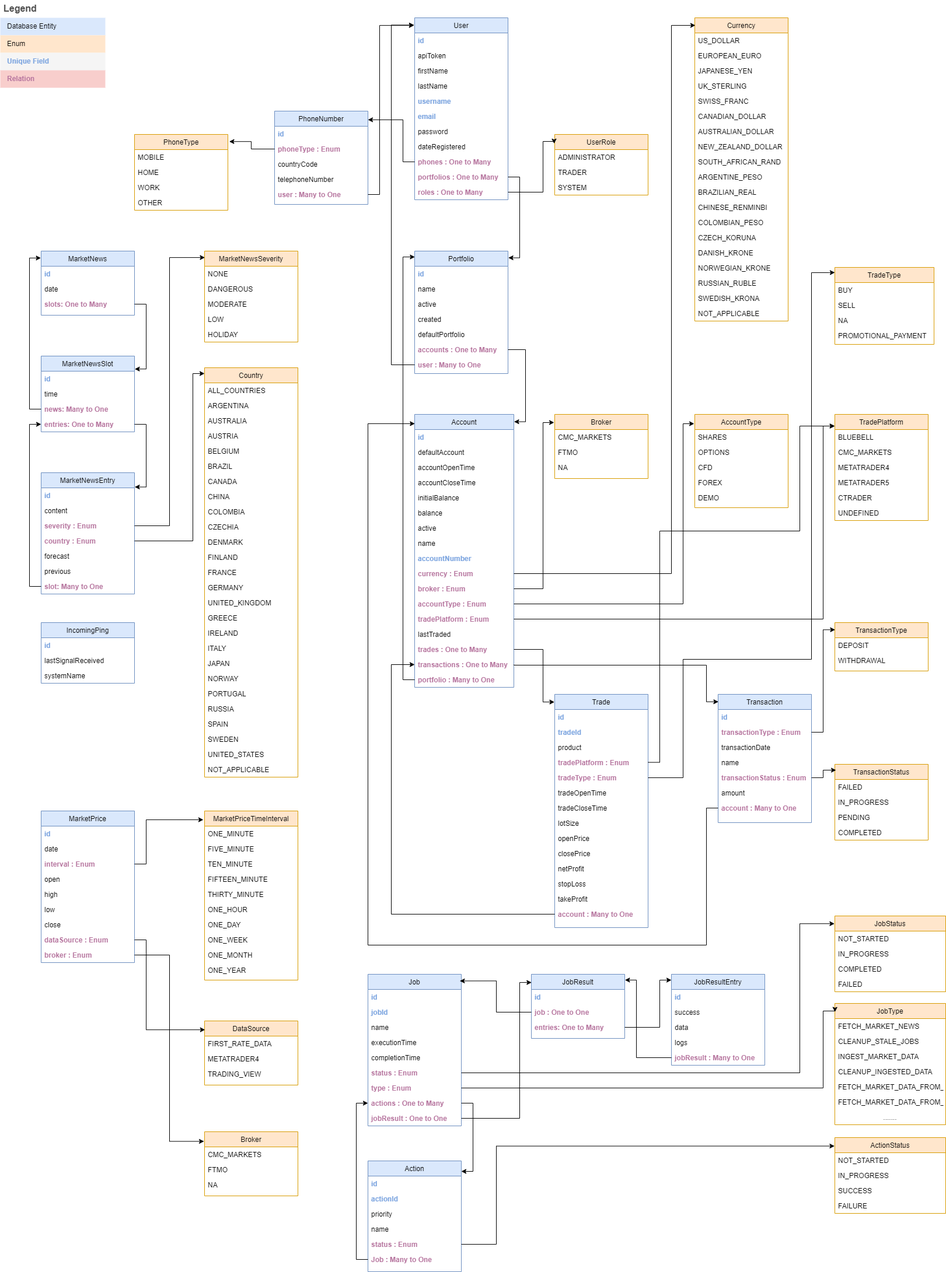
The draw.io diagram documentation/Data Model.png in sPrizio/bluebell, before a commit. Source tidied: cells renumbered, new cells last; positions are measured from the earlier drawing's top-left corner, leaving out a move shared by most shapes.
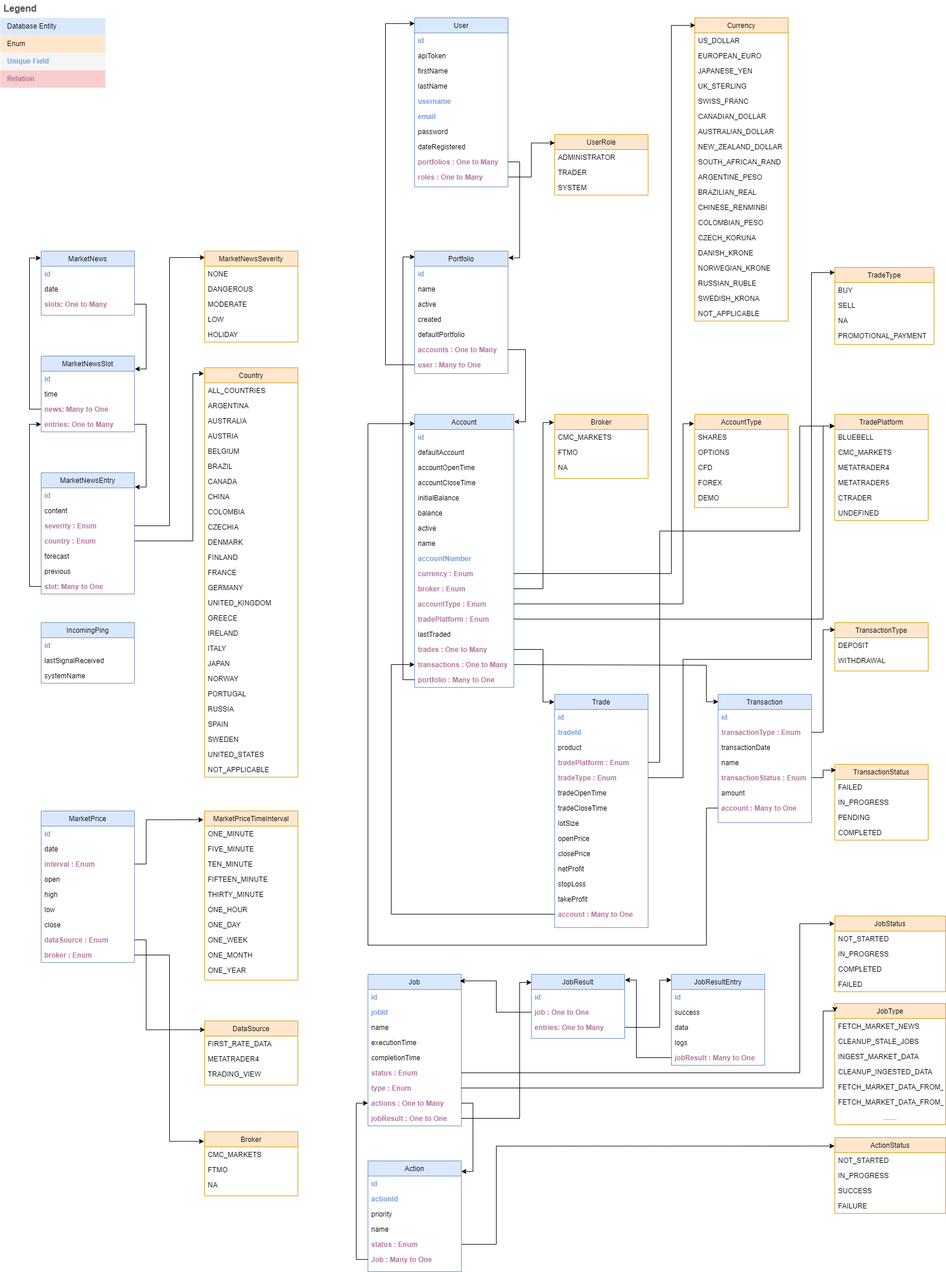
Later version of the same file.

Commit message:
refactoring/BB-35 updates UML

What changed in the source:
```diff
@@ -3,7 +3,7 @@
     <mxCell id="0" />
     <mxCell id="1" parent="0" />
     <mxCell id="2" value="User" style="swimlane;fontStyle=0;align=center;verticalAlign=top;horizontal=1;startSize=26;rounded=0;shadow=0;strokeWidth=1;swimlaneLine=1;glass=0;swimlaneFillColor=none;fillColor=#dae8fc;strokeColor=#6c8ebf;" parent="1" vertex="1">
-      <mxGeometry x="710" y="30" width="160" height="312" as="geometry" />
+      <mxGeometry x="710" y="30" width="160" height="290" as="geometry" />
     </mxCell>
     <mxCell id="3" value="id" style="text;align=left;verticalAlign=top;spacingLeft=4;spacingRight=4;overflow=hidden;fontStyle=1;fontColor=#7EA6E0;" parent="2" vertex="1">
       <mxGeometry y="26" width="160" height="26" as="geometry" />
@@ -29,14 +29,11 @@
     <mxCell id="10" value="dateRegistered" style="text;align=left;verticalAlign=top;spacingLeft=4;spacingRight=4;overflow=hidden;rounded=0;shadow=0;html=0;" parent="2" vertex="1">
       <mxGeometry y="208" width="160" height="26" as="geometry" />
     </mxCell>
-    <mxCell id="11" value="phones : One to Many" style="text;align=left;verticalAlign=top;spacingLeft=4;spacingRight=4;overflow=hidden;points=[[0,0.5],[1,0.5]];portConstraint=eastwest;fontColor=#B5739D;fontStyle=1;" parent="2" vertex="1">
-      <mxGeometry y="234" width="160" height="26" as="geometry" />
-    </mxCell>
     <mxCell id="12" value="portfolios : One to Many" style="text;align=left;verticalAlign=top;spacingLeft=4;spacingRight=4;overflow=hidden;points=[[0,0.5],[1,0.5]];portConstraint=eastwest;fontColor=#B5739D;fontStyle=1;" parent="2" vertex="1">
-      <mxGeometry y="260" width="160" height="26" as="geometry" />
+      <mxGeometry y="234" width="160" height="26" as="geometry" />
     </mxCell>
     <mxCell id="13" value="roles : One to Many" style="text;align=left;verticalAlign=top;spacingLeft=4;spacingRight=4;overflow=hidden;points=[[0,0.5],[1,0.5]];portConstraint=eastwest;fontStyle=1;fontColor=#B5739D;" parent="2" vertex="1">
-      <mxGeometry y="286" width="160" height="26" as="geometry" />
+      <mxGeometry y="260" width="160" height="26" as="geometry" />
     </mxCell>
     <mxCell id="14" value="Portfolio" style="swimlane;fontStyle=0;align=center;verticalAlign=top;horizontal=1;startSize=26;rounded=0;shadow=0;strokeWidth=1;fillColor=#dae8fc;strokeColor=#6c8ebf;" parent="1" vertex="1">
       <mxGeometry x="710" y="430" width="160" height="210" as="geometry" />
@@ -62,24 +59,6 @@
     <mxCell id="21" value="user : Many to One" style="text;align=left;verticalAlign=top;spacingLeft=4;spacingRight=4;overflow=hidden;points=[[0,0.5],[1,0.5]];portConstraint=eastwest;fontColor=#B5739D;fontStyle=1;" parent="14" vertex="1">
       <mxGeometry y="182" width="160" height="26" as="geometry" />
     </mxCell>
-    <mxCell id="22" value="PhoneNumber" style="swimlane;fontStyle=0;align=center;verticalAlign=top;horizontal=1;startSize=26;rounded=0;shadow=0;strokeWidth=1;fillColor=#dae8fc;strokeColor=#6c8ebf;" parent="1" vertex="1">
-      <mxGeometry x="470" y="190" width="160" height="160" as="geometry" />
-    </mxCell>
-    <mxCell id="23" value="id" style="text;align=left;verticalAlign=top;spacingLeft=4;spacingRight=4;overflow=hidden;fontColor=#7EA6E0;fontStyle=1;" parent="22" vertex="1">
-      <mxGeometry y="26" width="160" height="26" as="geometry" />
-    </mxCell>
-    <mxCell id="24" value="phoneType : Enum" style="text;align=left;verticalAlign=top;spacingLeft=4;spacingRight=4;overflow=hidden;points=[[0,0.5],[1,0.5]];portConstraint=eastwest;rounded=0;shadow=0;html=0;fontColor=#B5739D;fontStyle=1;" parent="22" vertex="1">
-      <mxGeometry y="52" width="160" height="26" as="geometry" />
-    </mxCell>
-    <mxCell id="25" value="countryCode" style="text;align=left;verticalAlign=top;spacingLeft=4;spacingRight=4;overflow=hidden;rounded=0;shadow=0;html=0;" parent="22" vertex="1">
-      <mxGeometry y="78" width="160" height="26" as="geometry" />
-    </mxCell>
-    <mxCell id="26" value="telephoneNumber" style="text;align=left;verticalAlign=top;spacingLeft=4;spacingRight=4;overflow=hidden;rounded=0;shadow=0;html=0;" parent="22" vertex="1">
-      <mxGeometry y="104" width="160" height="26" as="geometry" />
-    </mxCell>
-    <mxCell id="27" value="user : Many to One" style="text;align=left;verticalAlign=top;spacingLeft=4;spacingRight=4;overflow=hidden;points=[[0,0.5],[1,0.5]];portConstraint=eastwest;rounded=0;shadow=0;html=0;fontStyle=1;fontColor=#B5739D;" parent="22" vertex="1">
-      <mxGeometry y="130" width="160" height="26" as="geometry" />
-    </mxCell>
     <mxCell id="28" value="UserRole" style="swimlane;fontStyle=0;align=center;verticalAlign=top;horizontal=1;startSize=26;rounded=0;shadow=0;strokeWidth=1;fillColor=#ffe6cc;strokeColor=#d79b00;" parent="1" vertex="1">
       <mxGeometry x="950" y="230" width="160" height="104" as="geometry" />
     </mxCell>
@@ -92,22 +71,6 @@
     <mxCell id="31" value="SYSTEM" style="text;align=left;verticalAlign=top;spacingLeft=4;spacingRight=4;overflow=hidden;rounded=0;shadow=0;html=0;" parent="28" vertex="1">
       <mxGeometry y="78" width="160" height="26" as="geometry" />
     </mxCell>
-    <mxCell id="32" style="edgeStyle=orthogonalEdgeStyle;rounded=0;jettySize=auto;html=1;exitX=0;exitY=0.5;exitDx=0;exitDy=0;entryX=1;entryY=0.093;entryDx=0;entryDy=0;entryPerimeter=0;" parent="1" edge="1" source="11" target="22">
-      <mxGeometry relative="1" as="geometry">
-        <Array as="points">
-          <mxPoint x="690" y="277" />
-          <mxPoint x="690" y="205" />
-        </Array>
-      </mxGeometry>
-    </mxCell>
-    <mxCell id="33" style="edgeStyle=orthogonalEdgeStyle;rounded=0;jettySize=auto;html=1;entryX=-0.007;entryY=0.042;entryDx=0;entryDy=0;entryPerimeter=0;" parent="1" edge="1" source="27" target="2">
-      <mxGeometry relative="1" as="geometry">
-        <Array as="points">
-          <mxPoint x="650" y="333" />
-          <mxPoint x="650" y="43" />
-        </Array>
-      </mxGeometry>
-    </mxCell>
     <mxCell id="34" value="Legend" style="shape=table;startSize=30;fontSize=16;align=left;verticalAlign=top;fillColor=none;strokeColor=none;fontColor=#4D4D4D;fontStyle=1;spacingLeft=6;spacing=0;" parent="1" vertex="1">
       <mxGeometry width="180" height="150" as="geometry" />
     </mxCell>
@@ -135,14 +98,6 @@
     <mxCell id="42" value="&lt;font style=&quot;color: rgb(181, 115, 157);&quot;&gt;&lt;b&gt;Relation&lt;/b&gt;&lt;/font&gt;" style="shape=partialRectangle;html=1;whiteSpace=wrap;overflow=hidden;top=0;left=0;bottom=0;right=0;fontSize=12;align=left;spacingLeft=10;spacingRight=4;swimlaneLine=1;shadow=0;fillColor=#F8CECC;strokeColor=#b85450;" parent="41" vertex="1">
       <mxGeometry width="180" height="30" as="geometry" />
     </mxCell>
-    <mxCell id="43" style="edgeStyle=orthogonalEdgeStyle;rounded=0;jettySize=auto;html=1;entryX=-0.006;entryY=0.152;entryDx=0;entryDy=0;entryPerimeter=0;" parent="1" edge="1" source="13" target="28">
-      <mxGeometry relative="1" as="geometry">
-        <Array as="points">
-          <mxPoint x="930" y="329" />
-          <mxPoint x="930" y="242" />
-        </Array>
-      </mxGeometry>
-    </mxCell>
     <mxCell id="44" value="Account" style="swimlane;fontStyle=0;align=center;verticalAlign=top;horizontal=1;startSize=26;rounded=0;shadow=0;strokeWidth=1;fillColor=#dae8fc;strokeColor=#6c8ebf;" parent="1" vertex="1">
       <mxGeometry x="710" y="710" width="170" height="468" as="geometry" />
     </mxCell>
@@ -197,38 +152,12 @@
     <mxCell id="61" value="portfolio : Many to One" style="text;align=left;verticalAlign=top;spacingLeft=4;spacingRight=4;overflow=hidden;points=[[0,0.5],[1,0.5]];portConstraint=eastwest;fontColor=#B5739D;fontStyle=1;" parent="44" vertex="1">
       <mxGeometry y="442" width="170" height="26" as="geometry" />
     </mxCell>
-    <mxCell id="62" value="PhoneType" style="swimlane;fontStyle=0;align=center;verticalAlign=top;horizontal=1;startSize=26;rounded=0;shadow=0;strokeWidth=1;fillColor=#ffe6cc;strokeColor=#d79b00;" parent="1" vertex="1">
-      <mxGeometry x="230" y="230" width="160" height="130" as="geometry" />
-    </mxCell>
-    <mxCell id="63" value="MOBILE" style="text;align=left;verticalAlign=top;spacingLeft=4;spacingRight=4;overflow=hidden;" parent="62" vertex="1">
-      <mxGeometry y="26" width="160" height="26" as="geometry" />
-    </mxCell>
-    <mxCell id="64" value="HOME" style="text;align=left;verticalAlign=top;spacingLeft=4;spacingRight=4;overflow=hidden;rounded=0;shadow=0;html=0;" parent="62" vertex="1">
-      <mxGeometry y="52" width="160" height="26" as="geometry" />
-    </mxCell>
-    <mxCell id="65" value="WORK" style="text;align=left;verticalAlign=top;spacingLeft=4;spacingRight=4;overflow=hidden;rounded=0;shadow=0;html=0;" parent="62" vertex="1">
-      <mxGeometry y="78" width="160" height="26" as="geometry" />
-    </mxCell>
-    <mxCell id="66" value="OTHER" style="text;align=left;verticalAlign=top;spacingLeft=4;spacingRight=4;overflow=hidden;rounded=0;shadow=0;html=0;" parent="62" vertex="1">
-      <mxGeometry y="104" width="160" height="26" as="geometry" />
-    </mxCell>
-    <mxCell id="67" style="edgeStyle=orthogonalEdgeStyle;rounded=0;jettySize=auto;html=1;exitX=0;exitY=0.5;exitDx=0;exitDy=0;entryX=1.015;entryY=0.094;entryDx=0;entryDy=0;entryPerimeter=0;" parent="1" edge="1" source="24" target="62">
-      <mxGeometry relative="1" as="geometry" />
-    </mxCell>
     <mxCell id="68" style="edgeStyle=orthogonalEdgeStyle;rounded=0;jettySize=auto;html=1;exitX=1;exitY=0.5;exitDx=0;exitDy=0;entryX=1.004;entryY=0.055;entryDx=0;entryDy=0;entryPerimeter=0;" parent="1" edge="1" source="12" target="14">
       <mxGeometry relative="1" as="geometry" />
     </mxCell>
     <mxCell id="69" style="edgeStyle=orthogonalEdgeStyle;rounded=0;jettySize=auto;html=1;exitX=1;exitY=0.5;exitDx=0;exitDy=0;entryX=1.003;entryY=0.027;entryDx=0;entryDy=0;entryPerimeter=0;" parent="1" edge="1" source="20" target="44">
       <mxGeometry relative="1" as="geometry" />
     </mxCell>
-    <mxCell id="70" style="edgeStyle=orthogonalEdgeStyle;rounded=0;jettySize=auto;html=1;exitX=0;exitY=0.5;exitDx=0;exitDy=0;entryX=-0.006;entryY=0.04;entryDx=0;entryDy=0;entryPerimeter=0;" parent="1" edge="1" source="21" target="2">
-      <mxGeometry relative="1" as="geometry">
-        <Array as="points">
-          <mxPoint x="670" y="625" />
-          <mxPoint x="670" y="43" />
-        </Array>
-      </mxGeometry>
-    </mxCell>
     <mxCell id="71" style="edgeStyle=orthogonalEdgeStyle;rounded=0;jettySize=auto;html=1;exitX=0;exitY=0.5;exitDx=0;exitDy=0;entryX=0.002;entryY=0.048;entryDx=0;entryDy=0;entryPerimeter=0;" parent="1" edge="1" source="61" target="14">
       <mxGeometry relative="1" as="geometry" />
     </mxCell>
@@ -1037,5 +966,16 @@
     <mxCell id="302" value="systemName" style="text;align=left;verticalAlign=top;spacingLeft=4;spacingRight=4;overflow=hidden;rounded=0;shadow=0;html=0;fontStyle=0;fontColor=#000000;" parent="299" vertex="1">
       <mxGeometry y="78" width="160" height="26" as="geometry" />
     </mxCell>
+    <mxCell id="43" style="edgeStyle=orthogonalEdgeStyle;rounded=0;jettySize=auto;html=1;exitX=1;exitY=0.5;exitDx=0;exitDy=0;entryX=0.001;entryY=0.141;entryDx=0;entryDy=0;entryPerimeter=0;" parent="1" edge="1" source="13" target="28">
+      <mxGeometry relative="1" as="geometry" />
+    </mxCell>
+    <mxCell id="70" style="edgeStyle=orthogonalEdgeStyle;rounded=0;jettySize=auto;html=1;exitX=0;exitY=0.5;exitDx=0;exitDy=0;entryX=0.001;entryY=0.034;entryDx=0;entryDy=0;entryPerimeter=0;" parent="1" edge="1" source="21" target="2">
+      <mxGeometry relative="1" as="geometry">
+        <Array as="points">
+          <mxPoint x="660" y="625" />
+          <mxPoint x="660" y="40" />
+        </Array>
+      </mxGeometry>
+    </mxCell>
   </root>
 </mxGraphModel>
```
